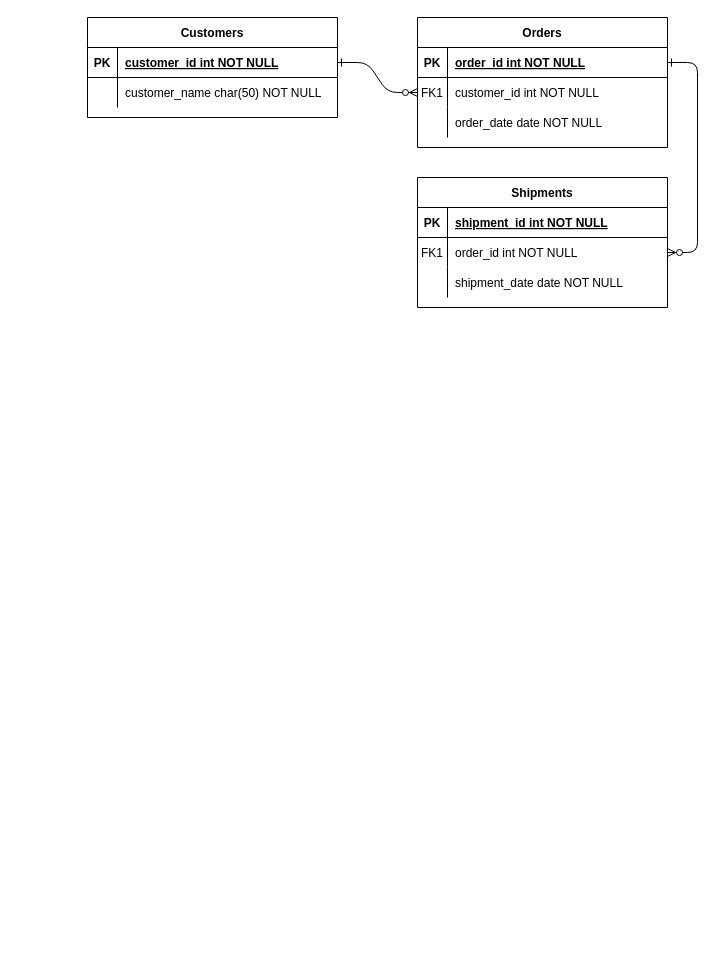
This is Untitled Diagram.drawio from KaipaUday/AdvancedDatabaseSystem, a draw.io file, before an edit. Source tidied: cells renumbered, new cells numbered last; positions are measured from the earlier drawing's top-left corner, leaving out a move shared by most shapes. Both pictures are drawn from the tidied source at 100%, with x=0, y=0 at pixel (87, 17).
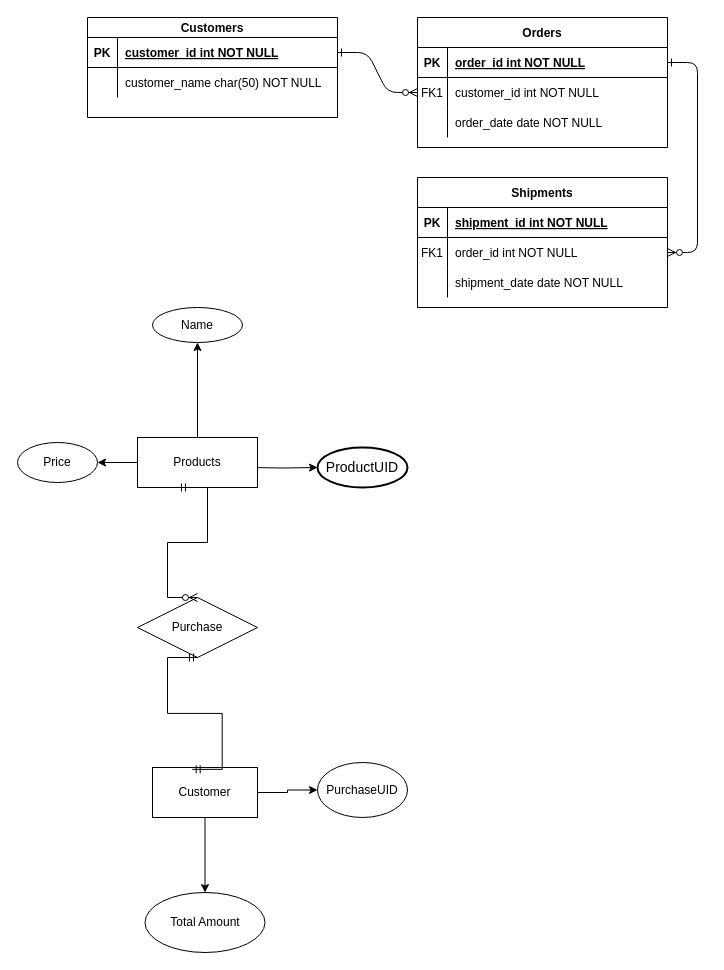
After the change.

Diff of the diagram source:
```diff
@@
-    <mxCell id="24" value="Customers" style="shape=table;startSize=30;childLayout=tableLayout;rowLines=0;fontStyle=1;align=center;" parent="1" vertex="1">
+    <mxCell id="24" value="Customers" style="shape=table;startSize=20;childLayout=tableLayout;rowLines=0;fontStyle=1;align=center;" parent="1" vertex="1">
       <mxGeometry width="250" height="100" as="geometry" />
     </mxCell>
     <mxCell id="25" style="shape=partialRectangle;fillColor=none;points=[[0,0.5],[1,0.5]];portConstraint=eastwest;top=0;left=0;right=0;bottom=1;" parent="24" vertex="1">
-      <mxGeometry y="30" width="250" height="30" as="geometry" />
+      <mxGeometry y="20" width="250" height="30" as="geometry" />
     </mxCell>
@@
     <mxCell id="28" style="shape=partialRectangle;fillColor=none;top=0;left=0;right=0;bottom=0;" parent="24" vertex="1">
-      <mxGeometry y="60" width="250" height="30" as="geometry" />
+      <mxGeometry y="50" width="250" height="30" as="geometry" />
     </mxCell>
@@
+    <mxCell id="31" style="edgeStyle=orthogonalEdgeStyle;rounded=0;jettySize=auto;html=1;" parent="1" edge="1" target="32">
+      <mxGeometry relative="1" as="geometry">
+        <mxPoint x="160" y="450" as="sourcePoint" />
+      </mxGeometry>
+    </mxCell>
+    <mxCell id="32" value="ProductUID" style="ellipse;whiteSpace=wrap;html=1;fontSize=14;fontStyle=0;startSize=30;rounded=1;strokeWidth=2;shadow=0;dashed=0;" parent="1" vertex="1">
+      <mxGeometry x="230" y="430" width="90" height="40" as="geometry" />
+    </mxCell>
+    <mxCell id="33" style="edgeStyle=orthogonalEdgeStyle;rounded=0;jettySize=auto;html=1;" parent="1" edge="1" source="35" target="36">
+      <mxGeometry relative="1" as="geometry" />
+    </mxCell>
+    <mxCell id="34" style="edgeStyle=orthogonalEdgeStyle;rounded=0;jettySize=auto;html=1;" parent="1" edge="1" source="35" target="37">
+      <mxGeometry relative="1" as="geometry" />
+    </mxCell>
+    <mxCell id="35" value="Products" style="whiteSpace=wrap;html=1;align=center;" parent="1" vertex="1">
+      <mxGeometry x="50" y="420" width="120" height="50" as="geometry" />
+    </mxCell>
+    <mxCell id="36" value="Name" style="ellipse;whiteSpace=wrap;html=1;" parent="1" vertex="1">
+      <mxGeometry x="65" y="290" width="90" height="35" as="geometry" />
+    </mxCell>
+    <mxCell id="37" value="Price" style="ellipse;whiteSpace=wrap;html=1;" parent="1" vertex="1">
+      <mxGeometry x="-70" y="425" width="80" height="40" as="geometry" />
+    </mxCell>
+    <mxCell id="38" style="edgeStyle=orthogonalEdgeStyle;rounded=0;jettySize=auto;html=1;" parent="1" edge="1" source="40" target="42">
+      <mxGeometry relative="1" as="geometry" />
+    </mxCell>
+    <mxCell id="39" style="edgeStyle=orthogonalEdgeStyle;rounded=0;jettySize=auto;html=1;" parent="1" edge="1" source="40" target="43">
+      <mxGeometry relative="1" as="geometry" />
+    </mxCell>
+    <mxCell id="40" value="Customer" style="whiteSpace=wrap;html=1;align=center;" parent="1" vertex="1">
+      <mxGeometry x="65" y="750" width="105" height="50" as="geometry" />
+    </mxCell>
+    <mxCell id="41" value="Purchase" style="shape=rhombus;perimeter=rhombusPerimeter;whiteSpace=wrap;html=1;align=center;" parent="1" vertex="1">
+      <mxGeometry x="50" y="580" width="120" height="60" as="geometry" />
+    </mxCell>
+    <mxCell id="42" value="PurchaseUID" style="ellipse;whiteSpace=wrap;html=1;" parent="1" vertex="1">
+      <mxGeometry x="230" y="745" width="90" height="55" as="geometry" />
+    </mxCell>
+    <mxCell id="43" value="Total Amount" style="ellipse;whiteSpace=wrap;html=1;" parent="1" vertex="1">
+      <mxGeometry x="57.5" y="875" width="120" height="60" as="geometry" />
+    </mxCell>
+    <mxCell id="44" style="edgeStyle=entityRelationEdgeStyle;fontSize=12;html=1;endArrow=ERmandOne;startArrow=ERmandOne;rounded=0;entryX=0.5;entryY=1;entryDx=0;entryDy=0;exitX=0.378;exitY=0.037;exitDx=0;exitDy=0;exitPerimeter=0;" parent="1" edge="1" source="40" target="41">
+      <mxGeometry relative="1" as="geometry" />
+    </mxCell>
+    <mxCell id="45" style="edgeStyle=entityRelationEdgeStyle;fontSize=12;html=1;endArrow=ERzeroToMany;startArrow=ERmandOne;rounded=0;entryX=0.5;entryY=0;entryDx=0;entryDy=0;" parent="1" edge="1" target="41">
+      <mxGeometry relative="1" as="geometry">
+        <mxPoint x="90" y="470" as="sourcePoint" />
+      </mxGeometry>
+    </mxCell>
```
